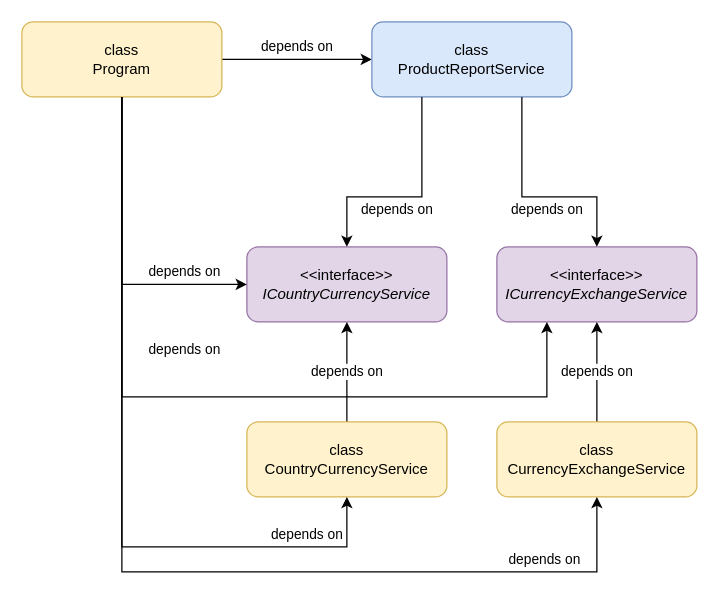
epam-dotnet-lab/northwind-apps keeps this draw.io diagram as page "ProductReportService+Interfaces" (5 of 7) of module03/module03.drawio. Above is the earlier version. Source tidied: cells renumbered, new cells numbered last; positions are measured from the earlier drawing's top-left corner, leaving out a move shared by most shapes. Both pictures are drawn from the tidied source at 125%, with x=0, y=0 at pixel (21, 21).
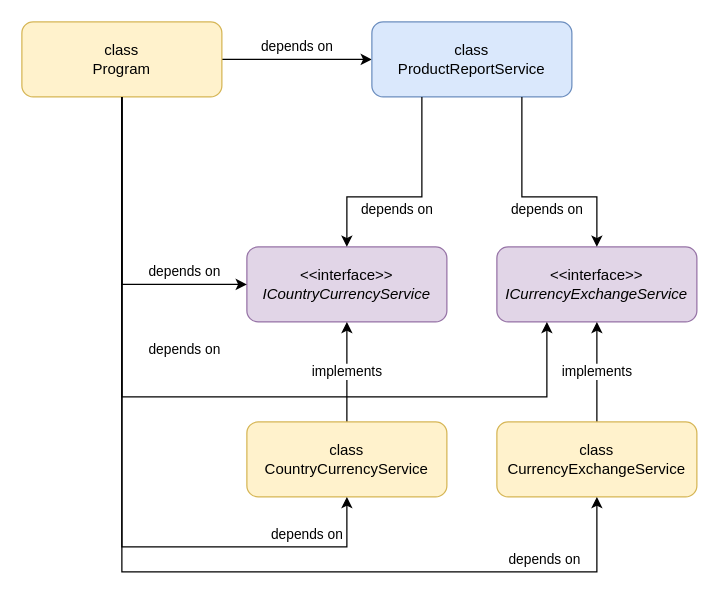
The same page after the edit.

The change refers to these unchanged cells:
```xml
<mxCell id="4" value="&amp;lt;&amp;lt;interface&amp;gt;&amp;gt;&lt;br&gt;&lt;i&gt;ICurrencyExchangeService&lt;/i&gt;" style="rounded=1;whiteSpace=wrap;html=1;fillColor=#e1d5e7;strokeColor=#9673a6;" parent="1" vertex="1">
  <mxGeometry x="380" y="180" width="160" height="60" as="geometry" />
</mxCell>
<mxCell id="5" value="&amp;lt;&amp;lt;interface&amp;gt;&amp;gt;&lt;br&gt;&lt;i&gt;ICountryCurrencyService&lt;/i&gt;" style="rounded=1;whiteSpace=wrap;html=1;fillColor=#e1d5e7;strokeColor=#9673a6;fontStyle=0;" parent="1" vertex="1">
  <mxGeometry x="180" y="180" width="160" height="60" as="geometry" />
</mxCell>
<mxCell id="10" value="class&lt;br&gt;CurrencyExchangeService" style="rounded=1;whiteSpace=wrap;html=1;fillColor=#fff2cc;strokeColor=#d6b656;" parent="1" vertex="1">
  <mxGeometry x="380" y="320" width="160" height="60" as="geometry" />
</mxCell>
<mxCell id="12" value="class&lt;br&gt;CountryCurrencyService" style="rounded=1;whiteSpace=wrap;html=1;fillColor=#fff2cc;strokeColor=#d6b656;" parent="1" vertex="1">
  <mxGeometry x="180" y="320" width="160" height="60" as="geometry" />
</mxCell>
```

Diff of the diagram source:
```diff
@@
-    <mxCell id="9" value="depends on" style="edgeStyle=orthogonalEdgeStyle;rounded=0;jettySize=auto;html=1;" parent="1" edge="1" source="10" target="4">
+    <mxCell id="9" value="implements" style="edgeStyle=orthogonalEdgeStyle;rounded=0;jettySize=auto;html=1;" parent="1" edge="1" source="10" target="4">
       <mxGeometry relative="1" as="geometry" />
     </mxCell>
@@
-    <mxCell id="11" value="depends on" style="edgeStyle=orthogonalEdgeStyle;rounded=0;jettySize=auto;html=1;" parent="1" edge="1" source="12" target="5">
+    <mxCell id="11" value="implements" style="edgeStyle=orthogonalEdgeStyle;rounded=0;jettySize=auto;html=1;" parent="1" edge="1" source="12" target="5">
       <mxGeometry relative="1" as="geometry" />
     </mxCell>
```
